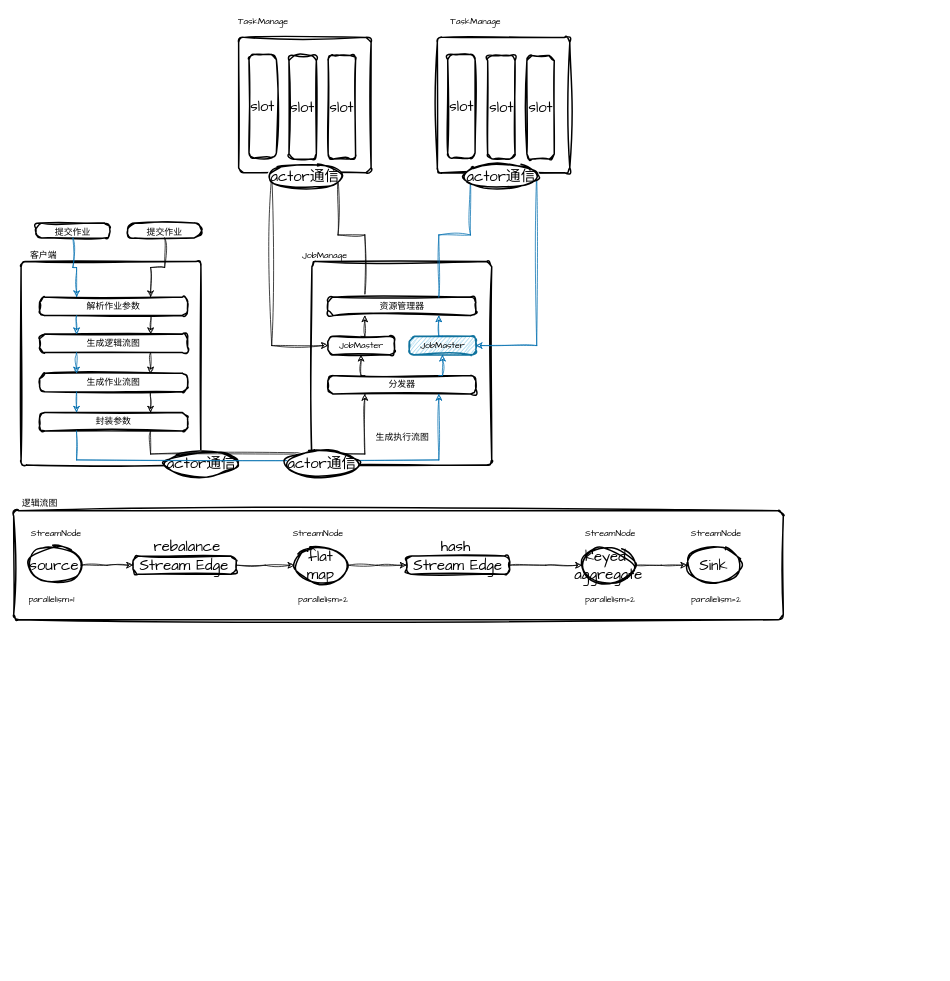
The draw.io diagram flink.drawio in casesdev/draw.io, before the edit. Source tidied: cells renumbered, new cells numbered last; positions are measured from the earlier drawing's top-left corner, leaving out a move shared by most shapes. Both pictures are drawn from the tidied source at 74%, with x=0, y=0 at pixel (13, 13).
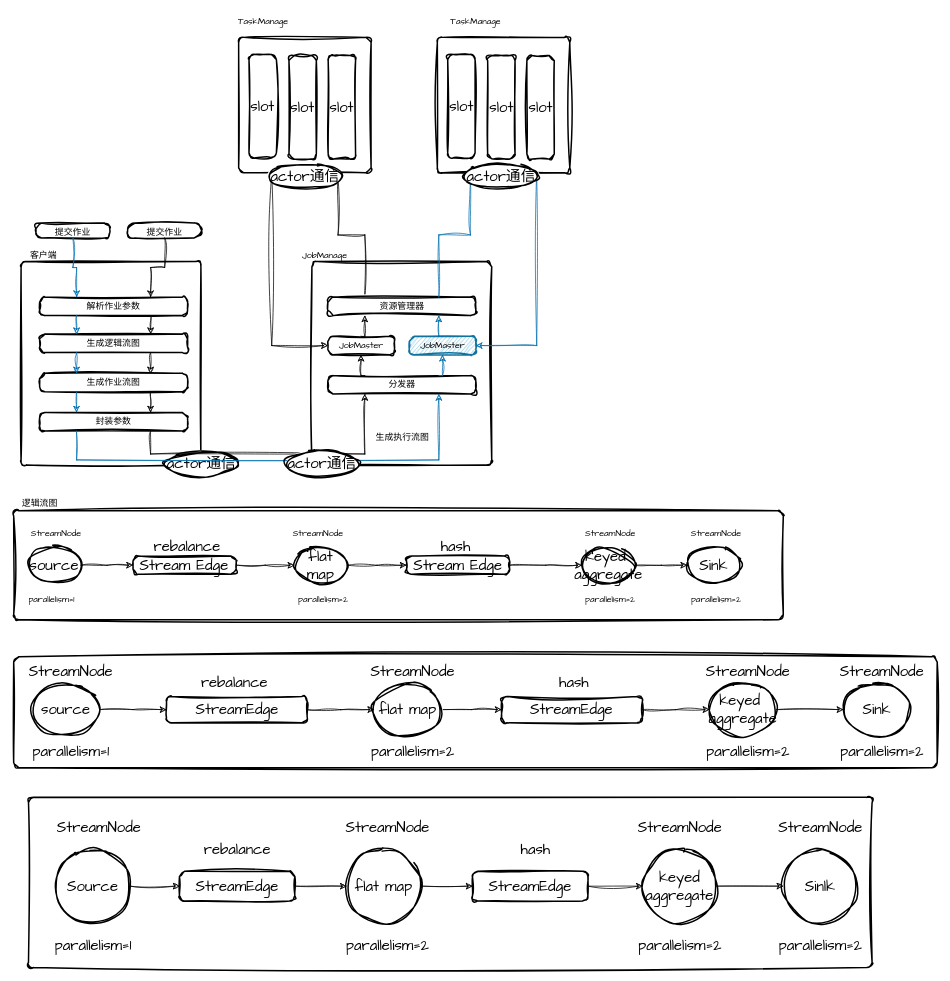
Above is the later version.

Change to the diagram source:
```diff
@@
+    <mxCell id="77" style="group;" parent="1" vertex="1">
+      <mxGeometry y="870" width="1248" height="150" as="geometry" />
+    </mxCell>
+    <mxCell id="78" style="rounded=1;whiteSpace=wrap;html=1;absoluteArcSize=1;arcSize=14;strokeWidth=2;sketch=1;hachureGap=4;jiggle=2;curveFitting=1;fontFamily=Architects Daughter;fontSize=20;" parent="77" vertex="1">
+      <mxGeometry width="1248" height="150" as="geometry" />
+    </mxCell>
+    <mxCell id="79" value="source" style="strokeWidth=2;html=1;shape=mxgraph.flowchart.start_2;whiteSpace=wrap;sketch=1;hachureGap=4;jiggle=2;curveFitting=1;fontFamily=Architects Daughter;fontSize=20;" parent="77" vertex="1">
+      <mxGeometry x="25.4" y="35.7" width="90.6" height="71.4" as="geometry" />
+    </mxCell>
+    <mxCell id="80" value="parallelism=1" style="text;html=1;align=center;verticalAlign=middle;strokeColor=none;fillColor=none;fontSize=20;fontFamily=Architects Daughter;" parent="77" vertex="1">
+      <mxGeometry x="11.8" y="107.1" width="130" height="40" as="geometry" />
+    </mxCell>
+    <mxCell id="81" value="StreamEdge" style="rounded=1;whiteSpace=wrap;html=1;absoluteArcSize=1;arcSize=14;strokeWidth=2;sketch=1;hachureGap=4;jiggle=2;curveFitting=1;fontFamily=Architects Daughter;fontSize=20;" parent="77" vertex="1">
+      <mxGeometry x="206.5" y="53.6" width="190.2" height="35.7" as="geometry" />
+    </mxCell>
+    <mxCell id="82" style="edgeStyle=orthogonalEdgeStyle;rounded=0;sketch=1;hachureGap=4;jiggle=2;curveFitting=1;jettySize=auto;html=1;exitX=1;exitY=0.5;exitDx=0;exitDy=0;exitPerimeter=0;fontFamily=Architects Daughter;fontSize=16;" parent="77" edge="1" source="79" target="81">
+      <mxGeometry relative="1" as="geometry" />
+    </mxCell>
+    <mxCell id="83" value="rebalance" style="text;html=1;align=center;verticalAlign=middle;strokeColor=none;fillColor=none;fontSize=20;fontFamily=Architects Daughter;" parent="77" vertex="1">
+      <mxGeometry x="242.7" y="14.3" width="110" height="40" as="geometry" />
+    </mxCell>
+    <mxCell id="84" value="StreamEdge" style="rounded=1;whiteSpace=wrap;html=1;absoluteArcSize=1;arcSize=14;strokeWidth=2;sketch=1;hachureGap=4;jiggle=2;curveFitting=1;fontFamily=Architects Daughter;fontSize=20;" parent="77" vertex="1">
+      <mxGeometry x="659.3" y="53.6" width="190.2" height="35.7" as="geometry" />
+    </mxCell>
+    <mxCell id="85" value="hash" style="text;html=1;align=center;verticalAlign=middle;strokeColor=none;fillColor=none;fontSize=20;fontFamily=Architects Daughter;" parent="77" vertex="1">
+      <mxGeometry x="727.2" y="14.3" width="60" height="40" as="geometry" />
+    </mxCell>
+    <mxCell id="86" style="edgeStyle=orthogonalEdgeStyle;rounded=0;sketch=1;hachureGap=4;jiggle=2;curveFitting=1;jettySize=auto;html=1;exitX=1;exitY=0.5;exitDx=0;exitDy=0;exitPerimeter=0;fontFamily=Architects Daughter;fontSize=16;" parent="77" edge="1" source="87" target="84">
+      <mxGeometry relative="1" as="geometry" />
+    </mxCell>
+    <mxCell id="87" value="flat map" style="strokeWidth=2;html=1;shape=mxgraph.flowchart.start_2;whiteSpace=wrap;sketch=1;hachureGap=4;jiggle=2;curveFitting=1;fontFamily=Architects Daughter;fontSize=20;" parent="77" vertex="1">
+      <mxGeometry x="487.2" y="35.7" width="90.6" height="71.4" as="geometry" />
+    </mxCell>
+    <mxCell id="88" style="edgeStyle=orthogonalEdgeStyle;rounded=0;sketch=1;hachureGap=4;jiggle=2;curveFitting=1;jettySize=auto;html=1;exitX=1;exitY=0.5;exitDx=0;exitDy=0;fontFamily=Architects Daughter;fontSize=16;" parent="77" edge="1" source="81" target="87">
+      <mxGeometry relative="1" as="geometry" />
+    </mxCell>
+    <mxCell id="89" value="keyed&amp;nbsp;&lt;br style=&quot;border-color: var(--border-color);&quot;&gt;aggregate" style="strokeWidth=2;html=1;shape=mxgraph.flowchart.start_2;whiteSpace=wrap;sketch=1;hachureGap=4;jiggle=2;curveFitting=1;fontFamily=Architects Daughter;fontSize=20;" parent="77" vertex="1">
+      <mxGeometry x="940.1" y="35.7" width="90.6" height="71.4" as="geometry" />
+    </mxCell>
+    <mxCell id="90" value="parallelism=2" style="text;html=1;align=center;verticalAlign=middle;strokeColor=none;fillColor=none;fontSize=20;fontFamily=Architects Daughter;" parent="77" vertex="1">
+      <mxGeometry x="469.1" y="107.1" width="140" height="40" as="geometry" />
+    </mxCell>
+    <mxCell id="91" value="parallelism=2" style="text;html=1;align=center;verticalAlign=middle;strokeColor=none;fillColor=none;fontSize=20;fontFamily=Architects Daughter;" parent="77" vertex="1">
+      <mxGeometry x="922" y="107.1" width="140" height="40" as="geometry" />
+    </mxCell>
+    <mxCell id="92" value="Sink" style="strokeWidth=2;html=1;shape=mxgraph.flowchart.start_2;whiteSpace=wrap;sketch=1;hachureGap=4;jiggle=2;curveFitting=1;fontFamily=Architects Daughter;fontSize=20;" parent="77" vertex="1">
+      <mxGeometry x="1121.2" y="35.7" width="90.6" height="71.4" as="geometry" />
+    </mxCell>
+    <mxCell id="93" value="parallelism=2" style="text;html=1;align=center;verticalAlign=middle;strokeColor=none;fillColor=none;fontSize=20;fontFamily=Architects Daughter;" parent="77" vertex="1">
+      <mxGeometry x="1103.1" y="107.1" width="140" height="40" as="geometry" />
+    </mxCell>
+    <mxCell id="94" value="StreamNode" style="text;html=1;align=center;verticalAlign=middle;strokeColor=none;fillColor=none;fontSize=20;fontFamily=Architects Daughter;" parent="77" vertex="1">
+      <mxGeometry x="7.2" width="140" height="40" as="geometry" />
+    </mxCell>
+    <mxCell id="95" value="StreamNode" style="text;html=1;align=center;verticalAlign=middle;strokeColor=none;fillColor=none;fontSize=20;fontFamily=Architects Daughter;" parent="77" vertex="1">
+      <mxGeometry x="469.1" width="140" height="40" as="geometry" />
+    </mxCell>
+    <mxCell id="96" value="StreamNode" style="text;html=1;align=center;verticalAlign=middle;strokeColor=none;fillColor=none;fontSize=20;fontFamily=Architects Daughter;" parent="77" vertex="1">
+      <mxGeometry x="922" width="140" height="40" as="geometry" />
+    </mxCell>
+    <mxCell id="97" value="StreamNode" style="text;html=1;align=center;verticalAlign=middle;strokeColor=none;fillColor=none;fontSize=20;fontFamily=Architects Daughter;" parent="77" vertex="1">
+      <mxGeometry x="1103.1" width="140" height="40" as="geometry" />
+    </mxCell>
+    <mxCell id="98" style="edgeStyle=orthogonalEdgeStyle;rounded=0;sketch=1;hachureGap=4;jiggle=2;curveFitting=1;jettySize=auto;html=1;exitX=1;exitY=0.5;exitDx=0;exitDy=0;entryX=0;entryY=0.5;entryDx=0;entryDy=0;entryPerimeter=0;fontFamily=Architects Daughter;fontSize=16;" parent="77" edge="1" source="84" target="89">
+      <mxGeometry relative="1" as="geometry" />
+    </mxCell>
+    <mxCell id="99" style="edgeStyle=orthogonalEdgeStyle;rounded=0;sketch=1;hachureGap=4;jiggle=2;curveFitting=1;jettySize=auto;html=1;exitX=1;exitY=0.5;exitDx=0;exitDy=0;exitPerimeter=0;entryX=0;entryY=0.5;entryDx=0;entryDy=0;entryPerimeter=0;fontFamily=Architects Daughter;fontSize=16;" parent="77" edge="1" source="89" target="92">
+      <mxGeometry relative="1" as="geometry" />
+    </mxCell>
+    <mxCell id="100" style="group;" parent="1" vertex="1">
+      <mxGeometry x="20" y="1060" width="1140" height="230" as="geometry" />
+    </mxCell>
+    <mxCell id="101" style="rounded=1;whiteSpace=wrap;html=1;absoluteArcSize=1;arcSize=14;strokeWidth=2;sketch=1;hachureGap=4;jiggle=2;curveFitting=1;fontFamily=Architects Daughter;fontSize=20;" parent="100" vertex="1">
+      <mxGeometry width="1140" height="230" as="geometry" />
+    </mxCell>
+    <mxCell id="102" value="Source" style="strokeWidth=2;html=1;shape=mxgraph.flowchart.start_2;whiteSpace=wrap;sketch=1;hachureGap=4;jiggle=2;curveFitting=1;fontFamily=Architects Daughter;fontSize=20;" parent="100" vertex="1">
+      <mxGeometry x="37" y="70" width="100" height="100" as="geometry" />
+    </mxCell>
+    <mxCell id="103" value="parallelism=1" style="text;html=1;align=center;verticalAlign=middle;strokeColor=none;fillColor=none;fontSize=20;fontFamily=Architects Daughter;" parent="100" vertex="1">
+      <mxGeometry x="22" y="180" width="130" height="40" as="geometry" />
+    </mxCell>
+    <mxCell id="104" value="flat map" style="strokeWidth=2;html=1;shape=mxgraph.flowchart.start_2;whiteSpace=wrap;sketch=1;hachureGap=4;jiggle=2;curveFitting=1;fontFamily=Architects Daughter;fontSize=20;" parent="100" vertex="1">
+      <mxGeometry x="430" y="70" width="100" height="100" as="geometry" />
+    </mxCell>
+    <mxCell id="105" value="keyed aggregate" style="strokeWidth=2;html=1;shape=mxgraph.flowchart.start_2;whiteSpace=wrap;sketch=1;hachureGap=4;jiggle=2;curveFitting=1;fontFamily=Architects Daughter;fontSize=20;" parent="100" vertex="1">
+      <mxGeometry x="830" y="70" width="100" height="100" as="geometry" />
+    </mxCell>
+    <mxCell id="106" value="Sinlk" style="strokeWidth=2;html=1;shape=mxgraph.flowchart.start_2;whiteSpace=wrap;sketch=1;hachureGap=4;jiggle=2;curveFitting=1;fontFamily=Architects Daughter;fontSize=20;" parent="100" vertex="1">
+      <mxGeometry x="1020" y="70" width="100" height="100" as="geometry" />
+    </mxCell>
+    <mxCell id="107" value="StreamEdge" style="rounded=1;whiteSpace=wrap;html=1;absoluteArcSize=1;arcSize=14;strokeWidth=2;sketch=1;hachureGap=4;jiggle=2;curveFitting=1;fontFamily=Architects Daughter;fontSize=20;" parent="100" vertex="1">
+      <mxGeometry x="204" y="100" width="156" height="40" as="geometry" />
+    </mxCell>
+    <mxCell id="108" value="StreamEdge" style="rounded=1;whiteSpace=wrap;html=1;absoluteArcSize=1;arcSize=14;strokeWidth=2;sketch=1;hachureGap=4;jiggle=2;curveFitting=1;fontFamily=Architects Daughter;fontSize=20;" parent="100" vertex="1">
+      <mxGeometry x="600" y="100" width="156" height="40" as="geometry" />
+    </mxCell>
+    <mxCell id="109" value="parallelism=2" style="text;html=1;align=center;verticalAlign=middle;strokeColor=none;fillColor=none;fontSize=20;fontFamily=Architects Daughter;" parent="100" vertex="1">
+      <mxGeometry x="415" y="180" width="140" height="40" as="geometry" />
+    </mxCell>
+    <mxCell id="110" value="parallelism=2" style="text;html=1;align=center;verticalAlign=middle;strokeColor=none;fillColor=none;fontSize=20;fontFamily=Architects Daughter;" parent="100" vertex="1">
+      <mxGeometry x="810" y="180" width="140" height="40" as="geometry" />
+    </mxCell>
+    <mxCell id="111" value="parallelism=2" style="text;html=1;align=center;verticalAlign=middle;strokeColor=none;fillColor=none;fontSize=20;fontFamily=Architects Daughter;" parent="100" vertex="1">
+      <mxGeometry x="1000" y="180" width="140" height="40" as="geometry" />
+    </mxCell>
+    <mxCell id="112" value="StreamNode" style="text;html=1;align=center;verticalAlign=middle;strokeColor=none;fillColor=none;fontSize=20;fontFamily=Architects Daughter;" parent="100" vertex="1">
+      <mxGeometry x="25" y="20" width="140" height="40" as="geometry" />
+    </mxCell>
+    <mxCell id="113" value="StreamNode" style="text;html=1;align=center;verticalAlign=middle;strokeColor=none;fillColor=none;fontSize=20;fontFamily=Architects Daughter;" parent="100" vertex="1">
+      <mxGeometry x="415" y="20" width="140" height="40" as="geometry" />
+    </mxCell>
+    <mxCell id="114" value="StreamNode" style="text;html=1;align=center;verticalAlign=middle;strokeColor=none;fillColor=none;fontSize=20;fontFamily=Architects Daughter;" parent="100" vertex="1">
+      <mxGeometry x="810" y="20" width="140" height="40" as="geometry" />
+    </mxCell>
+    <mxCell id="115" value="StreamNode" style="text;html=1;align=center;verticalAlign=middle;strokeColor=none;fillColor=none;fontSize=20;fontFamily=Architects Daughter;" parent="100" vertex="1">
+      <mxGeometry x="1000" y="20" width="140" height="40" as="geometry" />
+    </mxCell>
+    <mxCell id="116" value="rebalance" style="text;html=1;align=center;verticalAlign=middle;strokeColor=none;fillColor=none;fontSize=20;fontFamily=Architects Daughter;" parent="100" vertex="1">
+      <mxGeometry x="227" y="50" width="110" height="40" as="geometry" />
+    </mxCell>
+    <mxCell id="117" value="hash" style="text;html=1;align=center;verticalAlign=middle;strokeColor=none;fillColor=none;fontSize=20;fontFamily=Architects Daughter;" parent="100" vertex="1">
+      <mxGeometry x="655" y="50" width="60" height="40" as="geometry" />
+    </mxCell>
+    <mxCell id="118" style="edgeStyle=orthogonalEdgeStyle;rounded=0;sketch=1;hachureGap=4;jiggle=2;curveFitting=1;jettySize=auto;html=1;exitX=1;exitY=0.5;exitDx=0;exitDy=0;exitPerimeter=0;entryX=0;entryY=0.5;entryDx=0;entryDy=0;fontFamily=Architects Daughter;fontSize=16;" parent="100" edge="1" source="102" target="107">
+      <mxGeometry relative="1" as="geometry" />
+    </mxCell>
+    <mxCell id="119" style="edgeStyle=orthogonalEdgeStyle;rounded=0;sketch=1;hachureGap=4;jiggle=2;curveFitting=1;jettySize=auto;html=1;exitX=1;exitY=0.5;exitDx=0;exitDy=0;entryX=0;entryY=0.5;entryDx=0;entryDy=0;entryPerimeter=0;fontFamily=Architects Daughter;fontSize=16;" parent="100" edge="1" source="107" target="104">
+      <mxGeometry relative="1" as="geometry" />
+    </mxCell>
+    <mxCell id="120" style="edgeStyle=orthogonalEdgeStyle;rounded=0;sketch=1;hachureGap=4;jiggle=2;curveFitting=1;jettySize=auto;html=1;exitX=1;exitY=0.5;exitDx=0;exitDy=0;entryX=0;entryY=0.5;entryDx=0;entryDy=0;entryPerimeter=0;fontFamily=Architects Daughter;fontSize=16;" parent="100" edge="1" source="108" target="105">
+      <mxGeometry relative="1" as="geometry" />
+    </mxCell>
+    <mxCell id="121" style="edgeStyle=orthogonalEdgeStyle;rounded=0;sketch=1;hachureGap=4;jiggle=2;curveFitting=1;jettySize=auto;html=1;exitX=1;exitY=0.5;exitDx=0;exitDy=0;exitPerimeter=0;fontFamily=Architects Daughter;fontSize=16;" parent="100" edge="1" source="104" target="108">
+      <mxGeometry relative="1" as="geometry" />
+    </mxCell>
+    <mxCell id="122" style="edgeStyle=orthogonalEdgeStyle;rounded=0;sketch=1;hachureGap=4;jiggle=2;curveFitting=1;jettySize=auto;html=1;exitX=1;exitY=0.5;exitDx=0;exitDy=0;exitPerimeter=0;entryX=0;entryY=0.5;entryDx=0;entryDy=0;entryPerimeter=0;fontFamily=Architects Daughter;fontSize=16;" parent="100" edge="1" source="105" target="106">
+      <mxGeometry relative="1" as="geometry" />
+    </mxCell>
```
